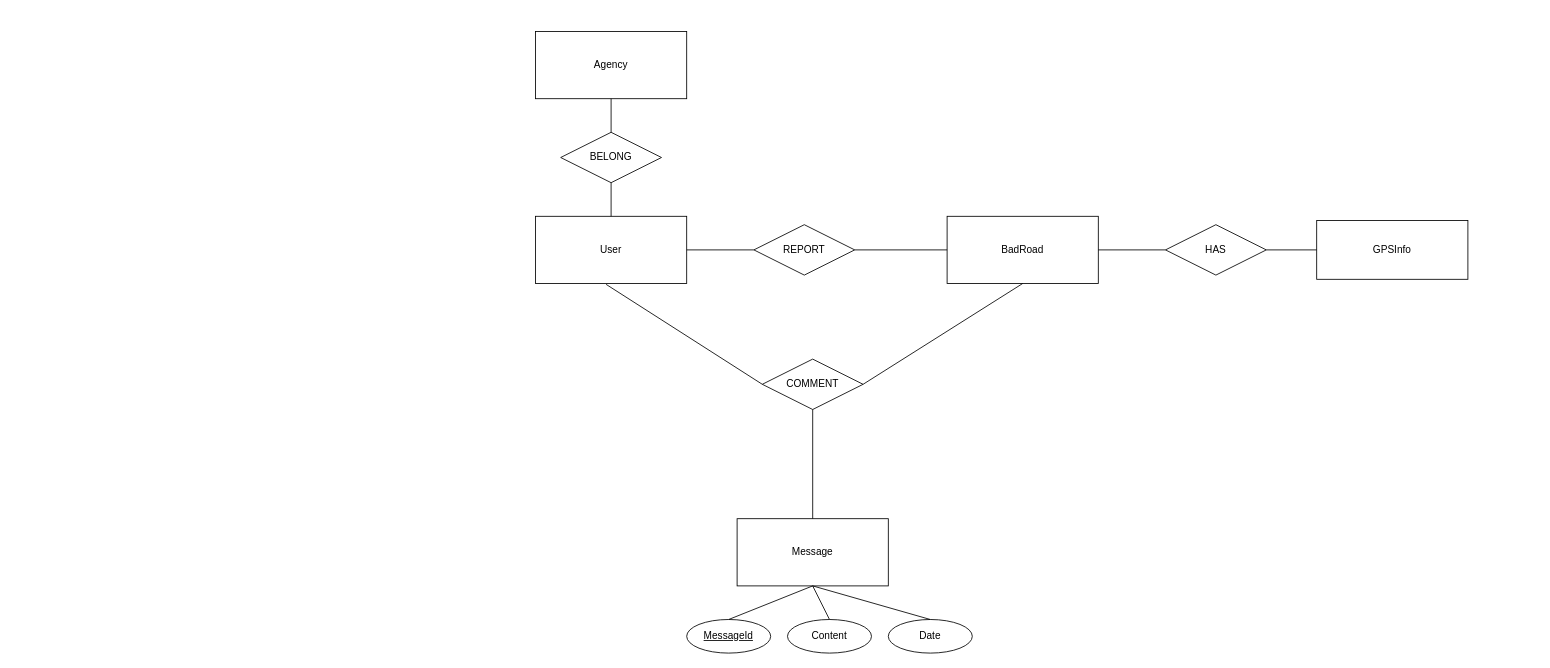
Earlier version of the draw.io diagram ER/ER.drawio (Rushyuheng/NCKU_CSIE_7300_DBMS_SafeRoadToHome). Source tidied: cells renumbered, new cells numbered last; positions are measured from the earlier drawing's top-left corner, leaving out a move shared by most shapes. Both pictures are drawn from the tidied source at 84%, with x=0, y=0 at pixel (535, 31).
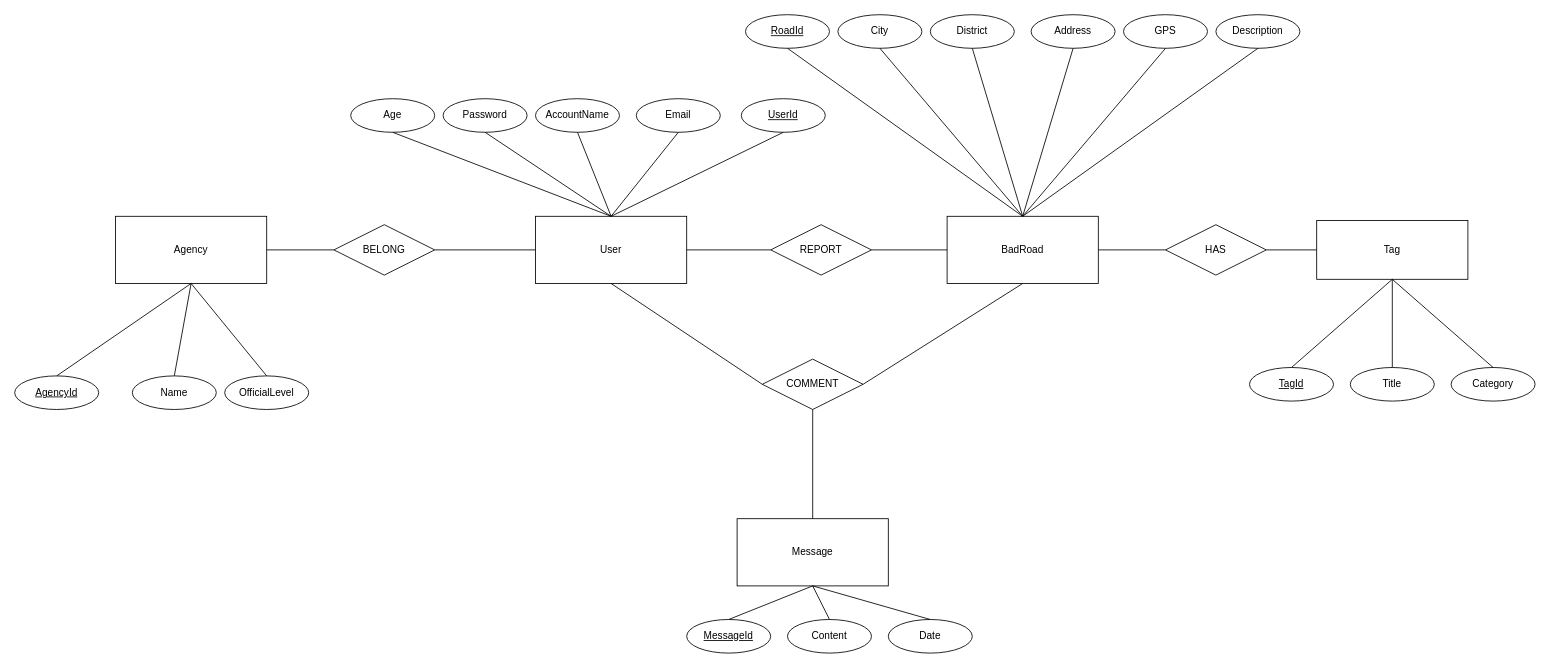
The same diagram, later.

The change refers to these unchanged cells:
```xml
<mxCell id="2" value="User" style="whiteSpace=wrap;html=1;align=center;" parent="1" vertex="1">
  <mxGeometry y="220" width="180" height="80" as="geometry" />
</mxCell>
<mxCell id="3" value="BadRoad" style="whiteSpace=wrap;html=1;align=center;" parent="1" vertex="1">
  <mxGeometry x="490" y="220" width="180" height="80" as="geometry" />
</mxCell>
<mxCell id="8" value="COMMENT" style="shape=rhombus;perimeter=rhombusPerimeter;whiteSpace=wrap;html=1;align=center;" parent="1" vertex="1">
  <mxGeometry x="270" y="390" width="120" height="60" as="geometry" />
</mxCell>
```

Change to the diagram source:
```diff
@@
     <mxCell id="4" value="REPORT" style="shape=rhombus;perimeter=rhombusPerimeter;whiteSpace=wrap;html=1;align=center;" parent="1" vertex="1">
-      <mxGeometry x="260" y="230" width="120" height="60" as="geometry" />
+      <mxGeometry x="280" y="230" width="120" height="60" as="geometry" />
     </mxCell>
@@
-    <mxCell id="9" style="endArrow=none;html=1;rounded=0;exitX=0.467;exitY=1.013;exitDx=0;exitDy=0;exitPerimeter=0;entryX=0;entryY=0.5;entryDx=0;entryDy=0;" parent="1" edge="1" source="2" target="8">
+    <mxCell id="9" style="endArrow=none;html=1;rounded=0;exitX=0.5;exitY=1;exitDx=0;exitDy=0;entryX=0;entryY=0.5;entryDx=0;entryDy=0;" parent="1" edge="1" source="2" target="8">
       <mxGeometry relative="1" as="geometry" />
     </mxCell>
@@
-    <mxCell id="12" value="GPSInfo" style="whiteSpace=wrap;html=1;align=center;" parent="1" vertex="1">
+    <mxCell id="12" value="Tag" style="whiteSpace=wrap;html=1;align=center;" parent="1" vertex="1">
       <mxGeometry x="930" y="225" width="180" height="70" as="geometry" />
     </mxCell>
@@
     <mxCell id="16" value="Agency" style="whiteSpace=wrap;html=1;align=center;" parent="1" vertex="1">
-      <mxGeometry width="180" height="80" as="geometry" />
+      <mxGeometry x="-500" y="220" width="180" height="80" as="geometry" />
     </mxCell>
     <mxCell id="17" value="BELONG" style="shape=rhombus;perimeter=rhombusPerimeter;whiteSpace=wrap;html=1;align=center;" parent="1" vertex="1">
-      <mxGeometry x="30" y="120" width="120" height="60" as="geometry" />
+      <mxGeometry x="-240" y="230" width="120" height="60" as="geometry" />
     </mxCell>
-    <mxCell id="18" style="endArrow=none;html=1;rounded=0;exitX=0.5;exitY=1;exitDx=0;exitDy=0;" parent="1" edge="1" source="16" target="17">
+    <mxCell id="18" style="endArrow=none;html=1;rounded=0;exitX=1;exitY=0.5;exitDx=0;exitDy=0;entryX=0;entryY=0.5;entryDx=0;entryDy=0;" parent="1" edge="1" source="16" target="17">
       <mxGeometry relative="1" as="geometry" />
     </mxCell>
-    <mxCell id="19" style="endArrow=none;html=1;rounded=0;exitX=0.5;exitY=1;exitDx=0;exitDy=0;entryX=0.5;entryY=0;entryDx=0;entryDy=0;" parent="1" edge="1" source="17" target="2">
+    <mxCell id="19" style="endArrow=none;html=1;rounded=0;exitX=1;exitY=0.5;exitDx=0;exitDy=0;entryX=0;entryY=0.5;entryDx=0;entryDy=0;" parent="1" edge="1" source="17" target="2">
       <mxGeometry relative="1" as="geometry" />
     </mxCell>
@@
+    <mxCell id="26" value="TagId" style="ellipse;whiteSpace=wrap;html=1;align=center;fontStyle=4;" parent="1" vertex="1">
+      <mxGeometry x="850" y="400" width="100" height="40" as="geometry" />
+    </mxCell>
+    <mxCell id="27" value="Title" style="ellipse;whiteSpace=wrap;html=1;align=center;" parent="1" vertex="1">
+      <mxGeometry x="970" y="400" width="100" height="40" as="geometry" />
+    </mxCell>
+    <mxCell id="28" value="Category" style="ellipse;whiteSpace=wrap;html=1;align=center;" parent="1" vertex="1">
+      <mxGeometry x="1090" y="400" width="100" height="40" as="geometry" />
+    </mxCell>
+    <mxCell id="29" style="endArrow=none;html=1;rounded=0;entryX=0.5;entryY=0;entryDx=0;entryDy=0;exitX=0.5;exitY=1;exitDx=0;exitDy=0;" parent="1" edge="1" source="12" target="26">
+      <mxGeometry relative="1" as="geometry" />
+    </mxCell>
+    <mxCell id="30" style="endArrow=none;html=1;rounded=0;entryX=0.5;entryY=0;entryDx=0;entryDy=0;exitX=0.5;exitY=1;exitDx=0;exitDy=0;" parent="1" edge="1" source="12" target="27">
+      <mxGeometry relative="1" as="geometry" />
+    </mxCell>
+    <mxCell id="31" style="endArrow=none;html=1;rounded=0;entryX=0.5;entryY=0;entryDx=0;entryDy=0;exitX=0.5;exitY=1;exitDx=0;exitDy=0;" parent="1" edge="1" source="12" target="28">
+      <mxGeometry relative="1" as="geometry" />
+    </mxCell>
+    <mxCell id="32" value="UserId" style="ellipse;whiteSpace=wrap;html=1;align=center;fontStyle=4;" parent="1" vertex="1">
+      <mxGeometry x="245" y="80" width="100" height="40" as="geometry" />
+    </mxCell>
+    <mxCell id="33" value="Email" style="ellipse;whiteSpace=wrap;html=1;align=center;" parent="1" vertex="1">
+      <mxGeometry x="120" y="80" width="100" height="40" as="geometry" />
+    </mxCell>
+    <mxCell id="34" value="AccountName" style="ellipse;whiteSpace=wrap;html=1;align=center;" parent="1" vertex="1">
+      <mxGeometry y="80" width="100" height="40" as="geometry" />
+    </mxCell>
+    <mxCell id="35" value="Password" style="ellipse;whiteSpace=wrap;html=1;align=center;" parent="1" vertex="1">
+      <mxGeometry x="-110" y="80" width="100" height="40" as="geometry" />
+    </mxCell>
+    <mxCell id="36" style="endArrow=none;html=1;rounded=0;exitX=0.5;exitY=1;exitDx=0;exitDy=0;entryX=0.5;entryY=0;entryDx=0;entryDy=0;" parent="1" edge="1" source="32" target="2">
+      <mxGeometry relative="1" as="geometry" />
+    </mxCell>
+    <mxCell id="37" style="endArrow=none;html=1;rounded=0;exitX=0.5;exitY=1;exitDx=0;exitDy=0;" parent="1" edge="1" source="33">
+      <mxGeometry relative="1" as="geometry">
+        <mxPoint x="90" y="220" as="targetPoint" />
+      </mxGeometry>
+    </mxCell>
+    <mxCell id="38" style="endArrow=none;html=1;rounded=0;exitX=0.5;exitY=1;exitDx=0;exitDy=0;entryX=0.5;entryY=0;entryDx=0;entryDy=0;" parent="1" edge="1" source="34" target="2">
+      <mxGeometry relative="1" as="geometry" />
+    </mxCell>
+    <mxCell id="39" style="endArrow=none;html=1;rounded=0;exitX=0.5;exitY=1;exitDx=0;exitDy=0;entryX=0.5;entryY=0;entryDx=0;entryDy=0;" parent="1" edge="1" source="35" target="2">
+      <mxGeometry relative="1" as="geometry" />
+    </mxCell>
+    <mxCell id="40" value="AgencyId" style="ellipse;whiteSpace=wrap;html=1;align=center;fontStyle=4;" parent="1" vertex="1">
+      <mxGeometry x="-620" y="410" width="100" height="40" as="geometry" />
+    </mxCell>
+    <mxCell id="41" value="Name" style="ellipse;whiteSpace=wrap;html=1;align=center;" parent="1" vertex="1">
+      <mxGeometry x="-480" y="410" width="100" height="40" as="geometry" />
+    </mxCell>
+    <mxCell id="42" value="OfficialLevel" style="ellipse;whiteSpace=wrap;html=1;align=center;" parent="1" vertex="1">
+      <mxGeometry x="-370" y="410" width="100" height="40" as="geometry" />
+    </mxCell>
+    <mxCell id="43" style="endArrow=none;html=1;rounded=0;exitX=0.5;exitY=1;exitDx=0;exitDy=0;entryX=0.5;entryY=0;entryDx=0;entryDy=0;" parent="1" edge="1" source="16" target="40">
+      <mxGeometry relative="1" as="geometry" />
+    </mxCell>
+    <mxCell id="44" style="endArrow=none;html=1;rounded=0;exitX=0.5;exitY=1;exitDx=0;exitDy=0;entryX=0.5;entryY=0;entryDx=0;entryDy=0;" parent="1" edge="1" source="16" target="41">
+      <mxGeometry relative="1" as="geometry" />
+    </mxCell>
+    <mxCell id="45" style="endArrow=none;html=1;rounded=0;exitX=0.5;exitY=1;exitDx=0;exitDy=0;entryX=0.5;entryY=0;entryDx=0;entryDy=0;" parent="1" edge="1" source="16" target="42">
+      <mxGeometry relative="1" as="geometry" />
+    </mxCell>
+    <mxCell id="46" value="Age" style="ellipse;whiteSpace=wrap;html=1;align=center;" parent="1" vertex="1">
+      <mxGeometry x="-220" y="80" width="100" height="40" as="geometry" />
+    </mxCell>
+    <mxCell id="47" style="endArrow=none;html=1;rounded=0;exitX=0.5;exitY=1;exitDx=0;exitDy=0;" parent="1" edge="1" source="46">
+      <mxGeometry relative="1" as="geometry">
+        <mxPoint x="90" y="220" as="targetPoint" />
+      </mxGeometry>
+    </mxCell>
+    <mxCell id="48" value="RoadId" style="ellipse;whiteSpace=wrap;html=1;align=center;fontStyle=4;" parent="1" vertex="1">
+      <mxGeometry x="250" y="-20" width="100" height="40" as="geometry" />
+    </mxCell>
+    <mxCell id="49" value="Address" style="ellipse;whiteSpace=wrap;html=1;align=center;" parent="1" vertex="1">
+      <mxGeometry x="590" y="-20" width="100" height="40" as="geometry" />
+    </mxCell>
+    <mxCell id="50" value="GPS" style="ellipse;whiteSpace=wrap;html=1;align=center;" parent="1" vertex="1">
+      <mxGeometry x="700" y="-20" width="100" height="40" as="geometry" />
+    </mxCell>
+    <mxCell id="51" value="Description" style="ellipse;whiteSpace=wrap;html=1;align=center;" parent="1" vertex="1">
+      <mxGeometry x="810" y="-20" width="100" height="40" as="geometry" />
+    </mxCell>
+    <mxCell id="52" value="City" style="ellipse;whiteSpace=wrap;html=1;align=center;" parent="1" vertex="1">
+      <mxGeometry x="360" y="-20" width="100" height="40" as="geometry" />
+    </mxCell>
+    <mxCell id="53" value="District" style="ellipse;whiteSpace=wrap;html=1;align=center;" parent="1" vertex="1">
+      <mxGeometry x="470" y="-20" width="100" height="40" as="geometry" />
+    </mxCell>
+    <mxCell id="54" style="endArrow=none;html=1;rounded=0;exitX=0.5;exitY=1;exitDx=0;exitDy=0;entryX=0.5;entryY=0;entryDx=0;entryDy=0;" parent="1" edge="1" source="48" target="3">
+      <mxGeometry relative="1" as="geometry" />
+    </mxCell>
+    <mxCell id="55" style="endArrow=none;html=1;rounded=0;exitX=0.5;exitY=1;exitDx=0;exitDy=0;entryX=0.5;entryY=0;entryDx=0;entryDy=0;" parent="1" edge="1" source="52" target="3">
+      <mxGeometry relative="1" as="geometry" />
+    </mxCell>
+    <mxCell id="56" style="endArrow=none;html=1;rounded=0;exitX=0.5;exitY=1;exitDx=0;exitDy=0;entryX=0.5;entryY=0;entryDx=0;entryDy=0;" parent="1" edge="1" source="53" target="3">
+      <mxGeometry relative="1" as="geometry" />
+    </mxCell>
+    <mxCell id="57" style="endArrow=none;html=1;rounded=0;exitX=0.5;exitY=1;exitDx=0;exitDy=0;entryX=0.5;entryY=0;entryDx=0;entryDy=0;" parent="1" edge="1" source="49" target="3">
+      <mxGeometry relative="1" as="geometry" />
+    </mxCell>
+    <mxCell id="58" style="endArrow=none;html=1;rounded=0;exitX=0.5;exitY=1;exitDx=0;exitDy=0;entryX=0.5;entryY=0;entryDx=0;entryDy=0;" parent="1" edge="1" source="50" target="3">
+      <mxGeometry relative="1" as="geometry" />
+    </mxCell>
+    <mxCell id="59" style="endArrow=none;html=1;rounded=0;exitX=0.5;exitY=1;exitDx=0;exitDy=0;entryX=0.5;entryY=0;entryDx=0;entryDy=0;" parent="1" edge="1" source="51" target="3">
+      <mxGeometry relative="1" as="geometry" />
+    </mxCell>
```
